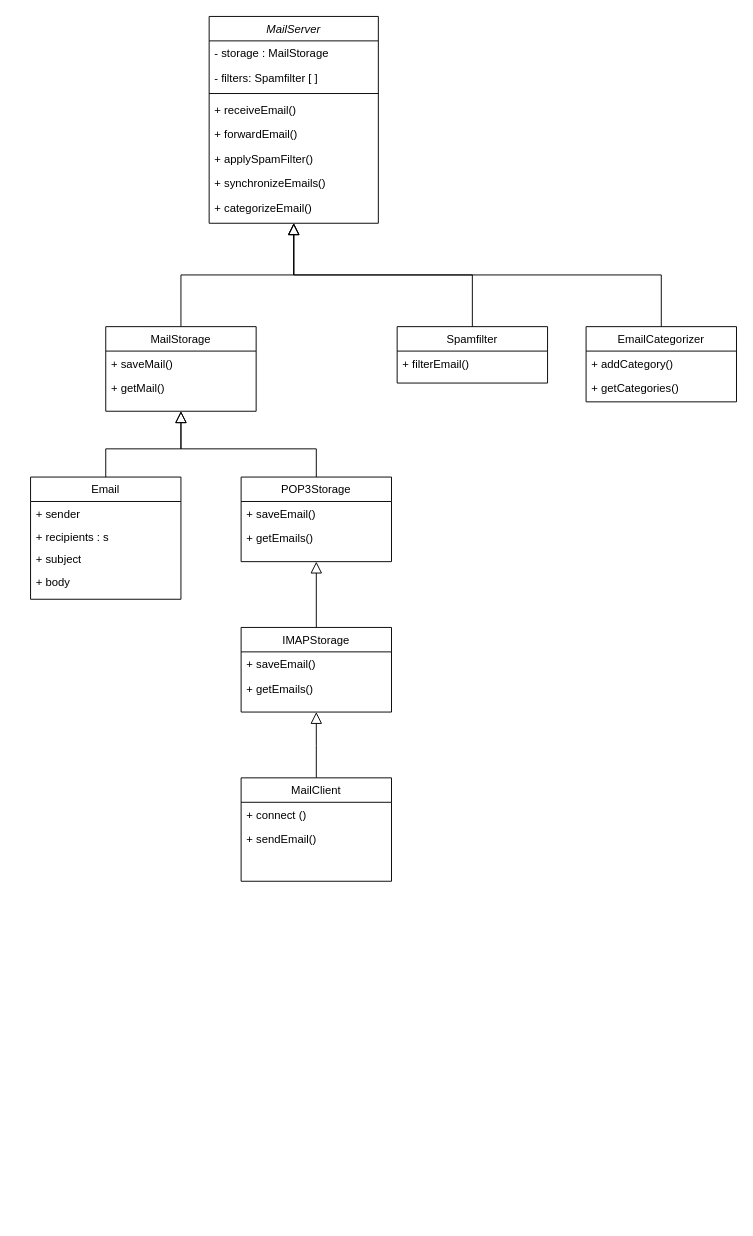
Earlier version of the draw.io diagram .github/docs/MailFlow_Klassendiagramm.drawio (DHBW-Mailflow/mailserver). Source tidied: cells renumbered, new cells numbered last; positions are measured from the earlier drawing's top-left corner, leaving out a move shared by most shapes. Both pictures are drawn from the tidied source at 94%, with x=0, y=0 at pixel (30, 16).
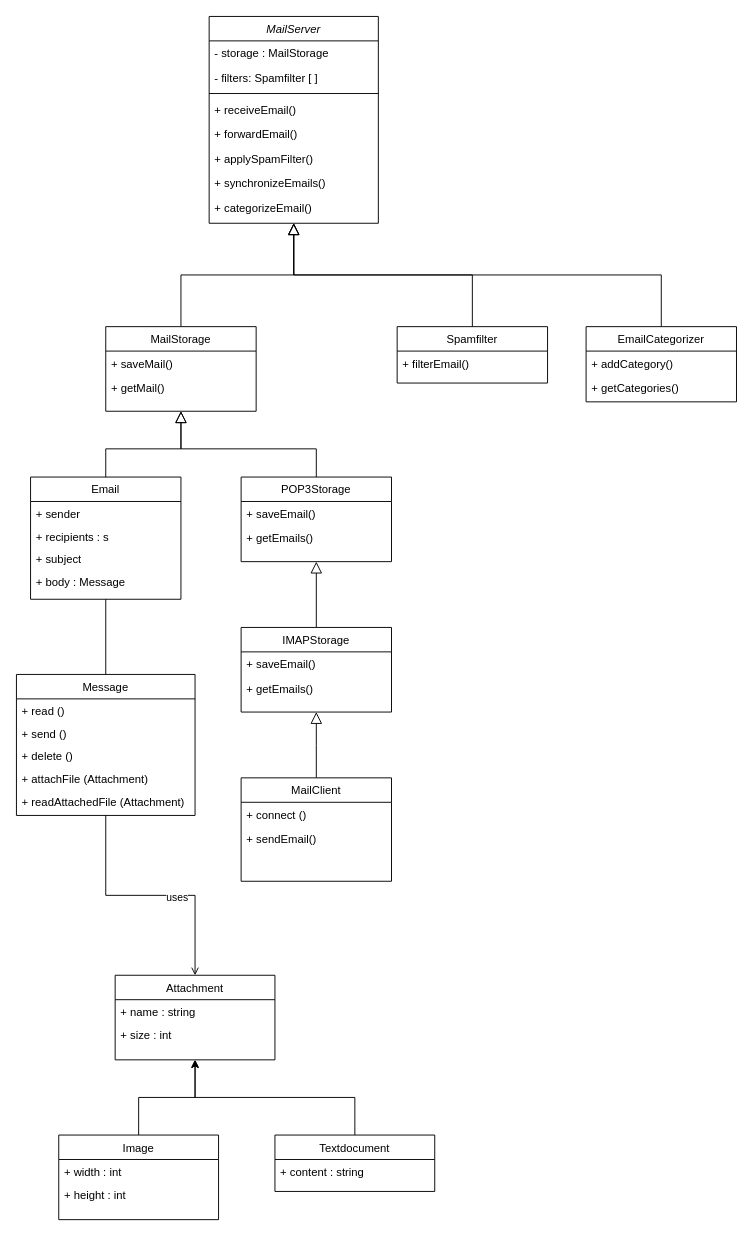
Above is the later version.

Commit message (it also covers changes not shown here):
add Message and Attachment class

Unchanged cells that the change refers to:
```xml
<mxCell id="18" value="Email" style="swimlane;fontStyle=0;align=center;verticalAlign=top;horizontal=1;startSize=26;rounded=0;shadow=0;strokeWidth=1;" parent="1" vertex="1">
  <mxGeometry y="490" width="160" height="130" as="geometry" />
</mxCell>
```

Diff of the diagram source:
```diff
@@
-    <mxCell id="22" value="+ body&#10;" style="text;align=left;verticalAlign=top;spacingLeft=4;spacingRight=4;overflow=hidden;fontStyle=0;" parent="18" vertex="1">
+    <mxCell id="22" value="+ body : Message&#10;" style="text;align=left;verticalAlign=top;spacingLeft=4;spacingRight=4;overflow=hidden;fontStyle=0;" parent="18" vertex="1">
       <mxGeometry y="98" width="160" height="24" as="geometry" />
     </mxCell>
@@
+    <mxCell id="40" style="edgeStyle=orthogonalEdgeStyle;rounded=0;jettySize=auto;html=1;entryX=0.5;entryY=1;entryDx=0;entryDy=0;endArrow=none;endFill=0;" parent="1" edge="1" source="43" target="18">
+      <mxGeometry relative="1" as="geometry" />
+    </mxCell>
+    <mxCell id="41" style="edgeStyle=orthogonalEdgeStyle;rounded=0;jettySize=auto;html=1;entryX=0.5;entryY=0;entryDx=0;entryDy=0;endArrow=open;endFill=0;" parent="1" edge="1" source="43" target="49">
+      <mxGeometry relative="1" as="geometry" />
+    </mxCell>
+    <mxCell id="42" value="uses" style="edgeLabel;html=1;align=center;verticalAlign=middle;" parent="41" vertex="1">
+      <mxGeometry x="0.21" y="-2" relative="1" as="geometry" />
+    </mxCell>
+    <mxCell id="43" value="Message" style="swimlane;fontStyle=0;align=center;verticalAlign=top;horizontal=1;startSize=26;rounded=0;shadow=0;strokeWidth=1;" parent="1" vertex="1">
+      <mxGeometry x="-15" y="700" width="190" height="150" as="geometry" />
+    </mxCell>
+    <mxCell id="44" value="+ read () " style="text;align=left;verticalAlign=top;spacingLeft=4;spacingRight=4;overflow=hidden;fontStyle=0;" parent="43" vertex="1">
+      <mxGeometry y="26" width="190" height="24" as="geometry" />
+    </mxCell>
+    <mxCell id="45" value="+ send ()&#10;" style="text;align=left;verticalAlign=top;spacingLeft=4;spacingRight=4;overflow=hidden;fontStyle=0;" parent="43" vertex="1">
+      <mxGeometry y="50" width="190" height="24" as="geometry" />
+    </mxCell>
+    <mxCell id="46" value="+ delete ()&#10;" style="text;align=left;verticalAlign=top;spacingLeft=4;spacingRight=4;overflow=hidden;fontStyle=0;" parent="43" vertex="1">
+      <mxGeometry y="74" width="190" height="24" as="geometry" />
+    </mxCell>
+    <mxCell id="47" value="+ attachFile (Attachment)&#10;" style="text;align=left;verticalAlign=top;spacingLeft=4;spacingRight=4;overflow=hidden;fontStyle=0;" parent="43" vertex="1">
+      <mxGeometry y="98" width="190" height="24" as="geometry" />
+    </mxCell>
+    <mxCell id="48" value="+ readAttachedFile (Attachment)" style="text;align=left;verticalAlign=top;spacingLeft=4;spacingRight=4;overflow=hidden;fontStyle=0;" parent="43" vertex="1">
+      <mxGeometry y="122" width="190" height="24" as="geometry" />
+    </mxCell>
+    <mxCell id="49" value="Attachment" style="swimlane;fontStyle=0;align=center;verticalAlign=top;horizontal=1;startSize=26;rounded=0;shadow=0;strokeWidth=1;" parent="1" vertex="1">
+      <mxGeometry x="90" y="1020" width="170" height="90" as="geometry" />
+    </mxCell>
+    <mxCell id="50" value="+ name : string" style="text;align=left;verticalAlign=top;spacingLeft=4;spacingRight=4;overflow=hidden;fontStyle=0;" parent="49" vertex="1">
+      <mxGeometry y="26" width="170" height="24" as="geometry" />
+    </mxCell>
+    <mxCell id="51" value="+ size : int" style="text;align=left;verticalAlign=top;spacingLeft=4;spacingRight=4;overflow=hidden;fontStyle=0;" parent="49" vertex="1">
+      <mxGeometry y="50" width="170" height="24" as="geometry" />
+    </mxCell>
+    <mxCell id="52" style="edgeStyle=orthogonalEdgeStyle;rounded=0;jettySize=auto;html=1;entryX=0.5;entryY=1;entryDx=0;entryDy=0;" parent="1" edge="1" source="53" target="49">
+      <mxGeometry relative="1" as="geometry" />
+    </mxCell>
+    <mxCell id="53" value="Image" style="swimlane;fontStyle=0;align=center;verticalAlign=top;horizontal=1;startSize=26;rounded=0;shadow=0;strokeWidth=1;" parent="1" vertex="1">
+      <mxGeometry x="30" y="1190" width="170" height="90" as="geometry" />
+    </mxCell>
+    <mxCell id="54" value="+ width : int" style="text;align=left;verticalAlign=top;spacingLeft=4;spacingRight=4;overflow=hidden;fontStyle=0;" parent="53" vertex="1">
+      <mxGeometry y="26" width="170" height="24" as="geometry" />
+    </mxCell>
+    <mxCell id="55" value="+ height : int" style="text;align=left;verticalAlign=top;spacingLeft=4;spacingRight=4;overflow=hidden;fontStyle=0;" parent="53" vertex="1">
+      <mxGeometry y="50" width="170" height="24" as="geometry" />
+    </mxCell>
+    <mxCell id="56" style="edgeStyle=orthogonalEdgeStyle;rounded=0;jettySize=auto;html=1;entryX=0.5;entryY=1;entryDx=0;entryDy=0;" parent="1" edge="1" source="57" target="49">
+      <mxGeometry relative="1" as="geometry" />
+    </mxCell>
+    <mxCell id="57" value="Textdocument" style="swimlane;fontStyle=0;align=center;verticalAlign=top;horizontal=1;startSize=26;rounded=0;shadow=0;strokeWidth=1;" parent="1" vertex="1">
+      <mxGeometry x="260" y="1190" width="170" height="60" as="geometry" />
+    </mxCell>
+    <mxCell id="58" value="+ content : string" style="text;align=left;verticalAlign=top;spacingLeft=4;spacingRight=4;overflow=hidden;fontStyle=0;" parent="57" vertex="1">
+      <mxGeometry y="26" width="170" height="24" as="geometry" />
+    </mxCell>
```
